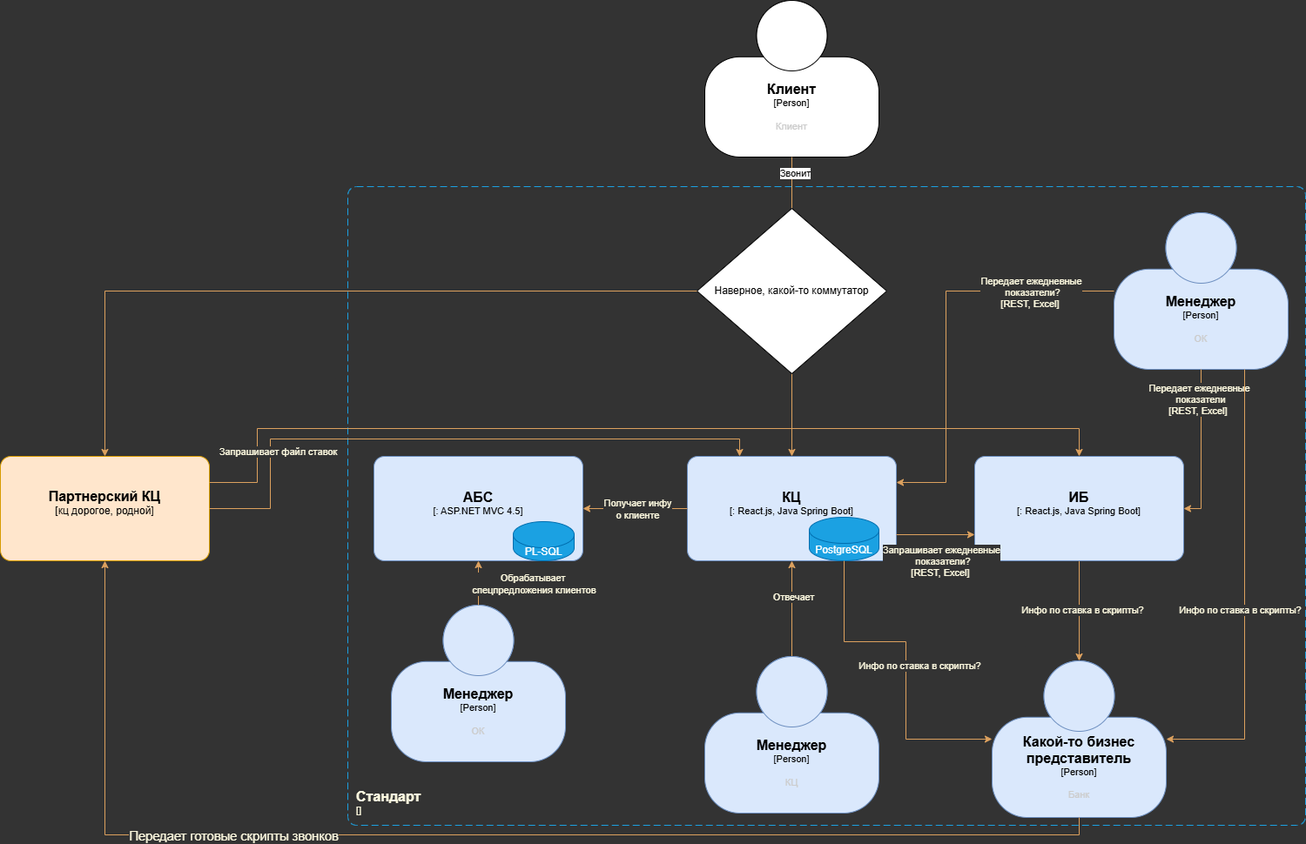
The draw.io diagram Exc4/C4_сontainer-diagram.drawio.png in botcser/architecture-sprint-9, before a commit. Source tidied: cells renumbered, new cells last; positions are measured from the earlier drawing's top-left corner, leaving out a move shared by most shapes.
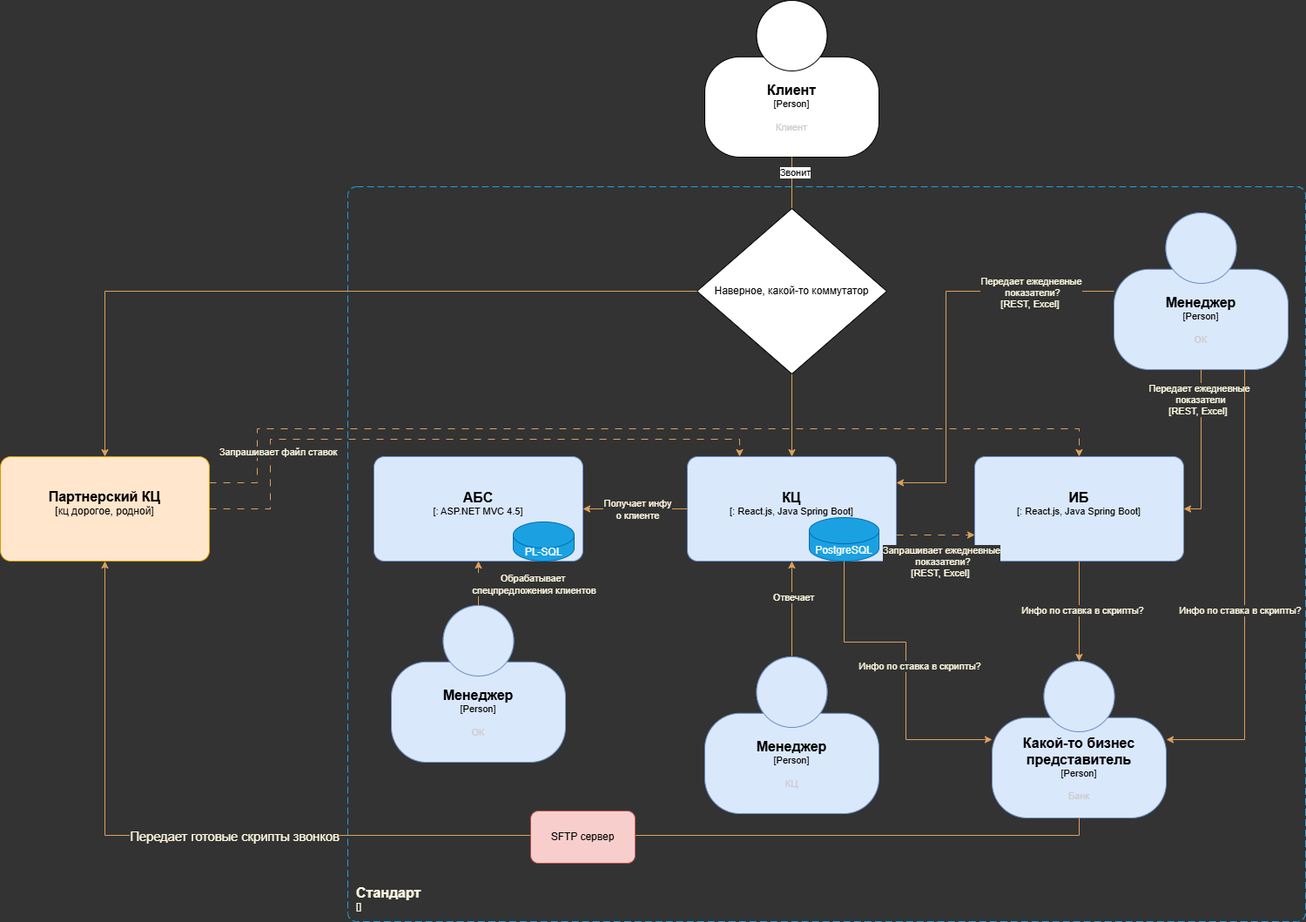
The same file after the commit.

The edit, as a diff of the source:
```diff
@@ -4,7 +4,7 @@
     <mxCell id="1" parent="0" />
     <object id="2" label="&lt;font style=&quot;font-size: 16px&quot;&gt;&lt;b&gt;&lt;div style=&quot;text-align: left&quot;&gt;%c4Name%&lt;/div&gt;&lt;/b&gt;&lt;/font&gt;&lt;div style=&quot;text-align: left&quot;&gt;[%c4Application%]&lt;/div&gt;" c4Application="" c4Name="Стандарт" c4Type="SystemScopeBoundary" placeholders="1">
       <mxCell style="rounded=1;fontSize=11;whiteSpace=wrap;html=1;dashed=1;arcSize=20;fillColor=none;labelBackgroundColor=none;align=left;verticalAlign=bottom;labelBorderColor=none;spacingTop=0;spacing=10;dashPattern=8 4;perimeter=rectanglePerimeter;noLabel=0;labelPadding=0;absoluteArcSize=1;strokeColor=light-dark(#1ba1e2, #89551c);fontColor=#FEFAE0;" parent="1" vertex="1">
-        <mxGeometry x="399" y="214" width="1100" height="734" as="geometry" />
+        <mxGeometry x="399" y="214" width="1100" height="844" as="geometry" />
       </mxCell>
     </object>
     <object id="3" label="&lt;font style=&quot;font-size: 16px&quot;&gt;&lt;b&gt;%c4Name%&lt;/b&gt;&lt;/font&gt;&lt;div&gt;[%c4Type%: %c4Technology%]&lt;/div&gt;&lt;br&gt;&lt;div&gt;&lt;font style=&quot;font-size: 11px&quot;&gt;&lt;font color=&quot;#E6E6E6&quot;&gt;%c4Description%&lt;/font&gt;&lt;/div&gt;" c4Description="" c4Name="АБС" c4Technology="ASP.NET MVC 4.5" c4Type="" placeholders="1">
@@ -108,7 +108,7 @@
     <mxCell id="26" value="&lt;span style=&quot;&quot;&gt;Передает ежедневные&lt;/span&gt;&lt;div&gt;&lt;span style=&quot;&quot;&gt;&amp;nbsp;показатели?&lt;/span&gt;&lt;div style=&quot;&quot;&gt;[REST, Excel]&amp;nbsp;&lt;/div&gt;&lt;/div&gt;" style="edgeLabel;html=1;align=center;verticalAlign=middle;fontColor=#FEFAE0;labelBackgroundColor=light-dark(#333333, #ededed);" parent="25" vertex="1">
       <mxGeometry x="-0.59" y="1" relative="1" as="geometry" />
     </mxCell>
-    <mxCell id="27" style="edgeStyle=orthogonalEdgeStyle;rounded=0;jettySize=auto;html=1;exitX=1;exitY=0.75;exitDx=0;exitDy=0;exitPerimeter=0;entryX=0;entryY=0.75;entryDx=0;entryDy=0;entryPerimeter=0;strokeColor=#DDA15E;" parent="1" edge="1" source="7" target="11">
+    <mxCell id="27" style="edgeStyle=orthogonalEdgeStyle;rounded=0;jettySize=auto;html=1;exitX=1;exitY=0.75;exitDx=0;exitDy=0;exitPerimeter=0;entryX=0;entryY=0.75;entryDx=0;entryDy=0;entryPerimeter=0;strokeColor=#DDA15E;dashed=1;dashPattern=8 8;" parent="1" edge="1" source="7" target="11">
       <mxGeometry relative="1" as="geometry" />
     </mxCell>
     <mxCell id="28" value="&lt;span style=&quot;color: rgb(254, 250, 224);&quot;&gt;Запрашивает ежедневные&lt;/span&gt;&lt;div style=&quot;color: rgb(254, 250, 224);&quot;&gt;&amp;nbsp;показатели?&lt;div&gt;[REST, Excel]&amp;nbsp;&lt;/div&gt;&lt;/div&gt;" style="edgeLabel;html=1;align=center;verticalAlign=middle;labelBackgroundColor=light-dark(#333333, #ededed);" parent="27" vertex="1">
@@ -127,7 +127,7 @@
         <mxGeometry x="1139" y="759" width="200" height="180" as="geometry" />
       </mxCell>
     </object>
-    <mxCell id="32" style="edgeStyle=orthogonalEdgeStyle;rounded=0;jettySize=auto;html=1;entryX=0.25;entryY=0;entryDx=0;entryDy=0;entryPerimeter=0;strokeColor=#DDA15E;" parent="1" edge="1" source="4" target="7">
+    <mxCell id="32" style="edgeStyle=orthogonalEdgeStyle;rounded=0;jettySize=auto;html=1;entryX=0.25;entryY=0;entryDx=0;entryDy=0;entryPerimeter=0;strokeColor=#DDA15E;dashed=1;dashPattern=8 8;" parent="1" edge="1" source="4" target="7">
       <mxGeometry relative="1" as="geometry">
         <Array as="points">
           <mxPoint x="310" y="584" />
@@ -136,7 +136,7 @@
         </Array>
       </mxGeometry>
     </mxCell>
-    <mxCell id="33" style="edgeStyle=orthogonalEdgeStyle;rounded=0;jettySize=auto;html=1;exitX=1;exitY=0.25;exitDx=0;exitDy=0;exitPerimeter=0;entryX=0.5;entryY=0;entryDx=0;entryDy=0;entryPerimeter=0;strokeColor=#DDA15E;" parent="1" edge="1" source="4" target="11">
+    <mxCell id="33" style="edgeStyle=orthogonalEdgeStyle;rounded=0;jettySize=auto;html=1;exitX=1;exitY=0.25;exitDx=0;exitDy=0;exitPerimeter=0;entryX=0.5;entryY=0;entryDx=0;entryDy=0;entryPerimeter=0;strokeColor=#DDA15E;dashed=1;dashPattern=8 8;" parent="1" edge="1" source="4" target="11">
       <mxGeometry relative="1" as="geometry">
         <Array as="points">
           <mxPoint x="295" y="554" />
@@ -178,5 +178,8 @@
     <mxCell id="40" value="&lt;span style=&quot;font-size:11.0pt;line-height:115%;&lt;br/&gt;font-family:&amp;quot;Times New Roman&amp;quot;,serif;mso-fareast-font-family:Arial;mso-ansi-language:&lt;br/&gt;RU;mso-fareast-language:RU;mso-bidi-language:AR-SA&quot;&gt;Передает готовые скрипты звонков&lt;/span&gt;" style="edgeLabel;html=1;align=center;verticalAlign=middle;labelBackgroundColor=light-dark(#333333, #ededed);fontColor=#FEFAE0;" parent="39" vertex="1">
       <mxGeometry x="0.36" y="1" relative="1" as="geometry" />
     </mxCell>
+    <mxCell id="41" value="SFTP сервер" style="rounded=1;whiteSpace=wrap;html=1;fillColor=#f8cecc;strokeColor=#b85450;" parent="1" vertex="1">
+      <mxGeometry x="609" y="931" width="120" height="60" as="geometry" />
+    </mxCell>
   </root>
 </mxGraphModel>
```
